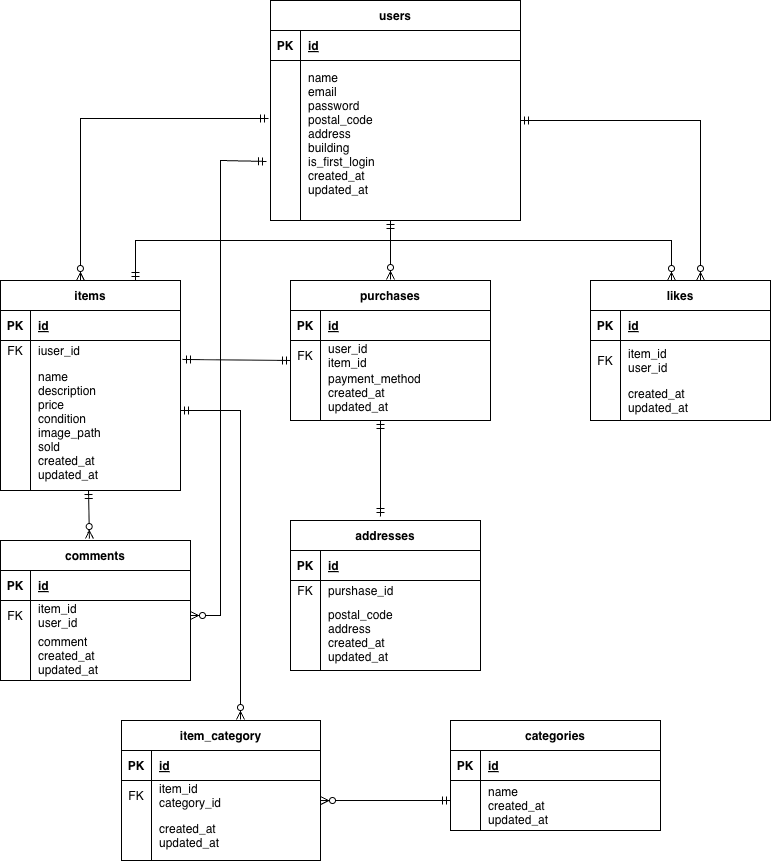
The draw.io diagram images/furima.drawio.png in shiroyama373/furima, before a commit. Source tidied: cells renumbered, new cells last; positions are measured from the earlier drawing's top-left corner, leaving out a move shared by most shapes.
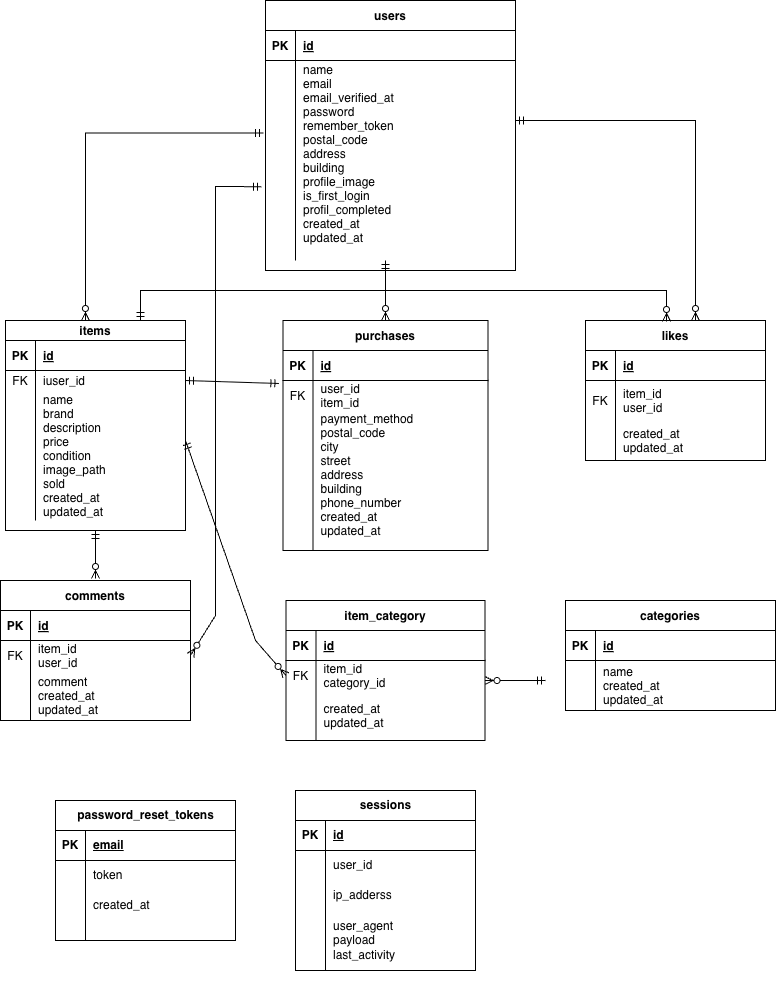
Above is the later version.

The edit, as a diff of the source:
```diff
@@ -4,34 +4,4 @@
     <mxCell id="1" parent="0" />
-    <mxCell id="2" value="addresses" style="shape=table;startSize=30;rowLines=0;fontStyle=1;align=center;" parent="1" vertex="1">
-      <mxGeometry x="290" y="520" width="190" height="150" as="geometry" />
-    </mxCell>
-    <mxCell id="3" style="shape=partialRectangle;fillColor=none;top=0;left=0;right=0;bottom=1;" parent="2" vertex="1">
-      <mxGeometry y="30" width="190" height="30" as="geometry" />
-    </mxCell>
-    <mxCell id="4" value="PK" style="shape=partialRectangle;overflow=hidden;fillColor=none;top=0;left=0;bottom=0;right=0;fontStyle=1;" parent="3" vertex="1">
-      <mxGeometry width="30" height="30" as="geometry" />
-    </mxCell>
-    <mxCell id="5" value="id" style="shape=partialRectangle;overflow=hidden;fillColor=none;top=0;left=0;bottom=0;right=0;align=left;spacingLeft=6;fontStyle=5;" parent="3" vertex="1">
-      <mxGeometry x="30" width="160" height="30" as="geometry" />
-    </mxCell>
-    <mxCell id="6" style="shape=partialRectangle;fillColor=none;top=0;left=0;right=0;bottom=0;" parent="2" vertex="1">
-      <mxGeometry y="60" width="190" height="20" as="geometry" />
-    </mxCell>
-    <mxCell id="7" value="FK" style="shape=partialRectangle;overflow=hidden;fillColor=none;top=0;left=0;bottom=0;right=0;" parent="6" vertex="1">
-      <mxGeometry width="30" height="20" as="geometry" />
-    </mxCell>
-    <mxCell id="8" value="purshase_id" style="shape=partialRectangle;overflow=hidden;fillColor=none;top=0;left=0;bottom=0;right=0;align=left;spacingLeft=6;" parent="6" vertex="1">
-      <mxGeometry x="30" width="160" height="20" as="geometry" />
-    </mxCell>
-    <mxCell id="9" style="shape=partialRectangle;fillColor=none;top=0;left=0;right=0;bottom=0;" parent="2" vertex="1">
-      <mxGeometry y="80" width="190" height="70" as="geometry" />
-    </mxCell>
-    <mxCell id="10" style="shape=partialRectangle;overflow=hidden;fillColor=none;top=0;left=0;bottom=0;right=0;" parent="9" vertex="1">
-      <mxGeometry width="30" height="70" as="geometry" />
-    </mxCell>
-    <mxCell id="11" value="postal_code&#10;address&#10;created_at&#10;updated_at" style="shape=partialRectangle;overflow=hidden;fillColor=none;top=0;left=0;bottom=0;right=0;align=left;spacingLeft=6;" parent="9" vertex="1">
-      <mxGeometry x="30" width="160" height="70" as="geometry" />
-    </mxCell>
     <mxCell id="12" value="users" style="shape=table;startSize=30;rowLines=0;fontStyle=1;align=center;" parent="1" vertex="1">
-      <mxGeometry x="270" width="250" height="220" as="geometry" />
+      <mxGeometry x="270" width="250" height="270" as="geometry" />
     </mxCell>
@@ -47,15 +17,15 @@
     <mxCell id="16" style="shape=partialRectangle;fillColor=none;points=[[0,0.5],[1,0.5]];portConstraint=eastwest;top=0;left=0;right=0;bottom=0;" parent="12" vertex="1">
-      <mxGeometry y="60" width="250" height="160" as="geometry" />
+      <mxGeometry y="60" width="250" height="200" as="geometry" />
     </mxCell>
     <mxCell id="17" style="shape=partialRectangle;overflow=hidden;fillColor=none;top=0;left=0;bottom=0;right=0;" parent="16" vertex="1">
-      <mxGeometry width="30" height="160" as="geometry" />
+      <mxGeometry width="30" height="200" as="geometry" />
     </mxCell>
-    <mxCell id="18" value="name&#10;email&#10;password&#10;postal_code&#10;address&#10;building&#10;is_first_login&#10;created_at&#10;updated_at&#10;" style="shape=partialRectangle;overflow=hidden;fillColor=none;top=0;left=0;bottom=0;right=0;align=left;spacingLeft=6;" parent="16" vertex="1">
-      <mxGeometry x="30" width="220" height="160" as="geometry" />
+    <mxCell id="18" value="name&#10;email&#10;email_verified_at&#10;password&#10;remember_token&#10;postal_code&#10;address&#10;building&#10;profile_image&#10;is_first_login&#10;profil_completed&#10;created_at&#10;updated_at&#10;" style="shape=partialRectangle;overflow=hidden;fillColor=none;top=0;left=0;bottom=0;right=0;align=left;spacingLeft=6;" parent="16" vertex="1">
+      <mxGeometry x="30" width="220" height="200" as="geometry" />
     </mxCell>
     <mxCell id="19" value="purchases" style="shape=table;startSize=30;rowLines=0;fontStyle=1;align=center;" parent="1" vertex="1">
-      <mxGeometry x="290" y="280" width="200" height="140" as="geometry" />
+      <mxGeometry x="287.5" y="320" width="205" height="230" as="geometry" />
     </mxCell>
     <mxCell id="20" style="shape=partialRectangle;fillColor=none;top=0;left=0;right=0;bottom=1;" parent="19" vertex="1">
-      <mxGeometry y="30" width="200" height="30" as="geometry" />
+      <mxGeometry y="30" width="205" height="30" as="geometry" />
     </mxCell>
@@ -65,6 +35,6 @@
     <mxCell id="22" value="id" style="shape=partialRectangle;overflow=hidden;fillColor=none;top=0;left=0;bottom=0;right=0;align=left;spacingLeft=6;fontStyle=5;" parent="20" vertex="1">
-      <mxGeometry x="30" width="170" height="30" as="geometry" />
+      <mxGeometry x="30" width="175" height="30" as="geometry" />
     </mxCell>
     <mxCell id="23" style="shape=partialRectangle;fillColor=none;points=[[0,0.5],[1,0.5]];portConstraint=eastwest;top=0;left=0;right=0;bottom=0;" parent="19" vertex="1">
-      <mxGeometry y="60" width="200" height="30" as="geometry" />
+      <mxGeometry y="60" width="205" height="30" as="geometry" />
     </mxCell>
@@ -74,15 +44,15 @@
     <mxCell id="25" value="user_id&#10;item_id" style="shape=partialRectangle;overflow=hidden;fillColor=none;top=0;left=0;bottom=0;right=0;align=left;spacingLeft=6;" parent="23" vertex="1">
-      <mxGeometry x="30" width="170" height="30" as="geometry" />
+      <mxGeometry x="30" width="175" height="30" as="geometry" />
     </mxCell>
     <mxCell id="26" style="shape=partialRectangle;fillColor=none;top=0;left=0;right=0;bottom=0;" parent="19" vertex="1">
-      <mxGeometry y="90" width="200" height="50" as="geometry" />
+      <mxGeometry y="90" width="205" height="140" as="geometry" />
     </mxCell>
     <mxCell id="27" style="shape=partialRectangle;overflow=hidden;fillColor=none;top=0;left=0;bottom=0;right=0;" parent="26" vertex="1">
-      <mxGeometry width="30" height="50" as="geometry" />
+      <mxGeometry width="30" height="140" as="geometry" />
     </mxCell>
-    <mxCell id="28" value="payment_method&#10;created_at&#10;updated_at&#10;" style="shape=partialRectangle;overflow=hidden;fillColor=none;top=0;left=0;bottom=0;right=0;align=left;spacingLeft=6;" parent="26" vertex="1">
-      <mxGeometry x="30" width="170" height="50" as="geometry" />
+    <mxCell id="28" value="payment_method&#10;postal_code&#10;city&#10;street&#10;address&#10;building&#10;phone_number&#10;created_at&#10;updated_at&#10;" style="shape=partialRectangle;overflow=hidden;fillColor=none;top=0;left=0;bottom=0;right=0;align=left;spacingLeft=6;" parent="26" vertex="1">
+      <mxGeometry x="30" width="175" height="140" as="geometry" />
     </mxCell>
     <mxCell id="29" value="likes" style="shape=table;startSize=30;rowLines=0;fontStyle=1;align=center;" parent="1" vertex="1">
-      <mxGeometry x="590" y="280" width="180" height="140" as="geometry" />
+      <mxGeometry x="590" y="320" width="180" height="140" as="geometry" />
     </mxCell>
@@ -116,3 +86,3 @@
     <mxCell id="39" value="comments" style="shape=table;startSize=30;rowLines=0;fontStyle=1;align=center;" parent="1" vertex="1">
-      <mxGeometry y="540" width="190" height="140" as="geometry" />
+      <mxGeometry x="5" y="580" width="190" height="140" as="geometry" />
     </mxCell>
@@ -146,3 +116,3 @@
     <mxCell id="49" value="item_category" style="shape=table;startSize=30;rowLines=0;fontStyle=1;align=center;" parent="1" vertex="1">
-      <mxGeometry x="121" y="720" width="199" height="140" as="geometry" />
+      <mxGeometry x="290.5" y="600" width="199" height="140" as="geometry" />
     </mxCell>
@@ -176,3 +146,3 @@
     <mxCell id="59" value="categories" style="shape=table;startSize=30;rowLines=0;fontStyle=1;align=center;" parent="1" vertex="1">
-      <mxGeometry x="450" y="720" width="210" height="110" as="geometry" />
+      <mxGeometry x="570" y="600" width="210" height="110" as="geometry" />
     </mxCell>
@@ -196,7 +166,7 @@
     </mxCell>
-    <mxCell id="66" value="items" style="shape=table;startSize=30;rowLines=0;fontStyle=1;align=center;" parent="1" vertex="1">
-      <mxGeometry y="280" width="180" height="210" as="geometry" />
+    <mxCell id="66" value="items" style="shape=table;startSize=20;rowLines=0;fontStyle=1;align=center;" parent="1" vertex="1">
+      <mxGeometry x="10" y="320" width="180" height="210" as="geometry" />
     </mxCell>
     <mxCell id="67" style="shape=partialRectangle;fillColor=none;top=0;left=0;right=0;bottom=1;" parent="66" vertex="1">
-      <mxGeometry y="30" width="180" height="30" as="geometry" />
+      <mxGeometry y="20" width="180" height="30" as="geometry" />
     </mxCell>
@@ -209,3 +179,3 @@
     <mxCell id="70" style="shape=partialRectangle;fillColor=none;points=[[0,0.5],[1,0.5]];portConstraint=eastwest;top=0;left=0;right=0;bottom=0;" parent="66" vertex="1">
-      <mxGeometry y="60" width="180" height="20" as="geometry" />
+      <mxGeometry y="50" width="180" height="20" as="geometry" />
     </mxCell>
@@ -218,3 +188,3 @@
     <mxCell id="73" style="shape=partialRectangle;fillColor=none;points=[[0,0.5],[1,0.5]];portConstraint=eastwest;top=0;left=0;right=0;bottom=0;" parent="66" vertex="1">
-      <mxGeometry y="80" width="180" height="130" as="geometry" />
+      <mxGeometry y="70" width="180" height="130" as="geometry" />
     </mxCell>
@@ -223,8 +193,9 @@
     </mxCell>
-    <mxCell id="75" value="name&#10;description&#10;price&#10;condition&#10;image_path&#10;sold&#10;created_at&#10;updated_at" style="shape=partialRectangle;overflow=hidden;fillColor=none;top=0;left=0;bottom=0;right=0;align=left;spacingLeft=6;" parent="73" vertex="1">
+    <mxCell id="75" value="name&#10;brand&#10;description&#10;price&#10;condition&#10;image_path&#10;sold&#10;created_at&#10;updated_at" style="shape=partialRectangle;overflow=hidden;fillColor=none;top=0;left=0;bottom=0;right=0;align=left;spacingLeft=6;" parent="73" vertex="1">
       <mxGeometry x="30" width="150" height="130" as="geometry" />
     </mxCell>
-    <mxCell id="76" style="fontSize=12;html=1;endArrow=ERzeroToMany;startArrow=ERmandOne;rounded=0;exitX=0.48;exitY=1;exitDx=0;exitDy=0;exitPerimeter=0;" parent="1" edge="1" source="16">
+    <mxCell id="76" style="fontSize=12;html=1;endArrow=ERzeroToMany;startArrow=ERmandOne;rounded=0;" parent="1" edge="1">
       <mxGeometry relative="1" as="geometry">
-        <mxPoint x="390" y="279" as="targetPoint" />
+        <mxPoint x="390" y="260" as="sourcePoint" />
+        <mxPoint x="390" y="320" as="targetPoint" />
         <Array as="points">
@@ -234,6 +205,5 @@
     </mxCell>
-    <mxCell id="77" style="edgeStyle=orthogonalEdgeStyle;fontSize=12;html=1;endArrow=ERzeroToMany;startArrow=ERmandOne;rounded=0;" parent="1" edge="1">
+    <mxCell id="77" style="edgeStyle=orthogonalEdgeStyle;fontSize=12;html=1;endArrow=ERzeroToMany;startArrow=ERmandOne;rounded=0;entryX=0.611;entryY=0;entryDx=0;entryDy=0;entryPerimeter=0;" parent="1" edge="1" target="29">
       <mxGeometry relative="1" as="geometry">
         <mxPoint x="520" y="120" as="sourcePoint" />
-        <mxPoint x="700" y="280" as="targetPoint" />
       </mxGeometry>
@@ -243,8 +213,7 @@
     </mxCell>
-    <mxCell id="79" style="fontSize=12;html=1;endArrow=ERzeroToMany;startArrow=ERmandOne;rounded=0;edgeStyle=orthogonalEdgeStyle;exitX=0.75;exitY=0;exitDx=0;exitDy=0;" parent="1" edge="1" source="66">
+    <mxCell id="79" style="fontSize=12;html=1;endArrow=ERzeroToMany;startArrow=ERmandOne;rounded=0;edgeStyle=orthogonalEdgeStyle;exitX=0.75;exitY=0;exitDx=0;exitDy=0;entryX=0.45;entryY=0.007;entryDx=0;entryDy=0;entryPerimeter=0;" parent="1" edge="1" source="66" target="29">
       <mxGeometry relative="1" as="geometry">
-        <mxPoint x="671" y="280" as="targetPoint" />
         <Array as="points">
-          <mxPoint x="135" y="240" />
-          <mxPoint x="671" y="240" />
+          <mxPoint x="145" y="290" />
+          <mxPoint x="671" y="290" />
         </Array>
@@ -255,3 +224,3 @@
         <Array as="points">
-          <mxPoint x="220" y="160" />
+          <mxPoint x="220" y="186" />
           <mxPoint x="220" y="615" />
@@ -260,17 +229,16 @@
     </mxCell>
-    <mxCell id="81" style="fontSize=12;html=1;endArrow=ERzeroToMany;startArrow=ERmandOne;rounded=0;entryX=0.468;entryY=-0.014;entryDx=0;entryDy=0;exitX=0.489;exitY=1;exitDx=0;exitDy=0;exitPerimeter=0;entryPerimeter=0;" parent="1" edge="1" source="73" target="39">
-      <mxGeometry relative="1" as="geometry" />
+    <mxCell id="81" style="fontSize=12;html=1;endArrow=ERzeroToMany;startArrow=ERmandOne;rounded=0;" parent="1" edge="1">
+      <mxGeometry relative="1" as="geometry">
+        <mxPoint x="100" y="530" as="sourcePoint" />
+        <mxPoint x="100" y="578" as="targetPoint" />
+        <Array as="points">
+          <mxPoint x="100" y="550" />
+        </Array>
+      </mxGeometry>
     </mxCell>
-    <mxCell id="82" style="fontSize=12;html=1;endArrow=ERmandOne;startArrow=ERmandOne;rounded=0;" parent="1" edge="1">
-      <mxGeometry relative="1" as="geometry">
-        <mxPoint x="380" y="516" as="sourcePoint" />
-        <mxPoint x="380" y="420" as="targetPoint" />
-      </mxGeometry>
-    </mxCell>
-    <mxCell id="83" style="fontSize=12;html=1;endArrow=ERzeroToMany;startArrow=ERmandOne;rounded=0;" parent="1" edge="1">
+    <mxCell id="83" style="fontSize=12;html=1;endArrow=ERzeroToMany;startArrow=ERmandOne;rounded=0;entryX=0;entryY=0.5;entryDx=0;entryDy=0;" parent="1" edge="1" target="53">
       <mxGeometry relative="1" as="geometry">
-        <mxPoint x="180" y="410" as="sourcePoint" />
-        <mxPoint x="240" y="719" as="targetPoint" />
+        <mxPoint x="190" y="440" as="sourcePoint" />
         <Array as="points">
-          <mxPoint x="240" y="410" />
+          <mxPoint x="260" y="640" />
         </Array>
@@ -280,10 +248,95 @@
       <mxGeometry relative="1" as="geometry">
-        <mxPoint x="450" y="800" as="sourcePoint" />
+        <mxPoint x="550" y="680" as="sourcePoint" />
       </mxGeometry>
     </mxCell>
-    <mxCell id="85" style="fontSize=12;html=1;endArrow=ERmandOne;startArrow=ERmandOne;rounded=0;exitX=1.011;exitY=-0.008;exitDx=0;exitDy=0;exitPerimeter=0;" parent="1" edge="1" source="73">
-      <mxGeometry relative="1" as="geometry">
-        <mxPoint x="290" y="360" as="targetPoint" />
-      </mxGeometry>
+    <mxCell id="85" style="fontSize=12;html=1;endArrow=ERmandOne;startArrow=ERmandOne;rounded=0;exitX=1;exitY=0.5;exitDx=0;exitDy=0;exitPerimeter=0;entryX=-0.02;entryY=0.1;entryDx=0;entryDy=0;entryPerimeter=0;" parent="1" edge="1" source="70" target="23">
+      <mxGeometry relative="1" as="geometry" />
     </mxCell>
+    <mxCell id="86" value="password_reset_tokens" style="shape=table;startSize=30;rowLines=0;fontStyle=1;align=center;html=1;" parent="1" vertex="1">
+      <mxGeometry x="60" y="800" width="180" height="140" as="geometry" />
+    </mxCell>
+    <mxCell id="87" style="shape=tableRow;horizontal=0;startSize=0;swimlaneHead=0;swimlaneBody=0;fillColor=none;top=0;left=0;right=0;bottom=1;" parent="86" vertex="1">
+      <mxGeometry y="30" width="180" height="30" as="geometry" />
+    </mxCell>
+    <mxCell id="88" value="PK" style="shape=partialRectangle;fillColor=none;top=0;left=0;bottom=0;right=0;fontStyle=1;overflow=hidden;whiteSpace=wrap;html=1;" parent="87" vertex="1">
+      <mxGeometry width="30" height="30" as="geometry" />
+    </mxCell>
+    <mxCell id="89" value="email" style="shape=partialRectangle;fillColor=none;top=0;left=0;bottom=0;right=0;align=left;spacingLeft=6;fontStyle=5;overflow=hidden;whiteSpace=wrap;html=1;" parent="87" vertex="1">
+      <mxGeometry x="30" width="150" height="30" as="geometry" />
+    </mxCell>
+    <mxCell id="90" style="shape=tableRow;horizontal=0;startSize=0;swimlaneHead=0;swimlaneBody=0;fillColor=none;top=0;left=0;right=0;bottom=0;" parent="86" vertex="1">
+      <mxGeometry y="60" width="180" height="30" as="geometry" />
+    </mxCell>
+    <mxCell id="91" style="shape=partialRectangle;fillColor=none;top=0;left=0;bottom=0;right=0;overflow=hidden;whiteSpace=wrap;html=1;" parent="90" vertex="1">
+      <mxGeometry width="30" height="30" as="geometry" />
+    </mxCell>
+    <mxCell id="92" value="token" style="shape=partialRectangle;fillColor=none;top=0;left=0;bottom=0;right=0;align=left;spacingLeft=6;overflow=hidden;whiteSpace=wrap;html=1;" parent="90" vertex="1">
+      <mxGeometry x="30" width="150" height="30" as="geometry" />
+    </mxCell>
+    <mxCell id="93" style="shape=tableRow;horizontal=0;startSize=0;swimlaneHead=0;swimlaneBody=0;fillColor=none;top=0;left=0;right=0;bottom=0;" parent="86" vertex="1">
+      <mxGeometry y="90" width="180" height="30" as="geometry" />
+    </mxCell>
+    <mxCell id="94" style="shape=partialRectangle;fillColor=none;top=0;left=0;bottom=0;right=0;overflow=hidden;whiteSpace=wrap;html=1;" parent="93" vertex="1">
+      <mxGeometry width="30" height="30" as="geometry" />
+    </mxCell>
+    <mxCell id="95" value="created_at" style="shape=partialRectangle;fillColor=none;top=0;left=0;bottom=0;right=0;align=left;spacingLeft=6;overflow=hidden;whiteSpace=wrap;html=1;" parent="93" vertex="1">
+      <mxGeometry x="30" width="150" height="30" as="geometry" />
+    </mxCell>
+    <mxCell id="96" style="shape=tableRow;horizontal=0;startSize=0;swimlaneHead=0;swimlaneBody=0;fillColor=none;top=0;left=0;right=0;bottom=0;" parent="86" vertex="1">
+      <mxGeometry y="120" width="180" height="20" as="geometry" />
+    </mxCell>
+    <mxCell id="97" style="shape=partialRectangle;fillColor=none;top=0;left=0;bottom=0;right=0;overflow=hidden;whiteSpace=wrap;html=1;" parent="96" vertex="1">
+      <mxGeometry width="30" height="20" as="geometry" />
+    </mxCell>
+    <mxCell id="98" style="shape=partialRectangle;fillColor=none;top=0;left=0;bottom=0;right=0;align=left;spacingLeft=6;overflow=hidden;whiteSpace=wrap;html=1;" parent="96" vertex="1">
+      <mxGeometry x="30" width="150" height="20" as="geometry" />
+    </mxCell>
+    <mxCell id="99" value="sessions" style="shape=table;startSize=30;rowLines=0;fontStyle=1;align=center;html=1;" parent="1" vertex="1">
+      <mxGeometry x="300" y="790" width="180" height="180" as="geometry" />
+    </mxCell>
+    <mxCell id="100" style="shape=tableRow;horizontal=0;startSize=0;swimlaneHead=0;swimlaneBody=0;fillColor=none;top=0;left=0;right=0;bottom=1;" parent="99" vertex="1">
+      <mxGeometry y="30" width="180" height="30" as="geometry" />
+    </mxCell>
+    <mxCell id="101" value="PK" style="shape=partialRectangle;fillColor=none;top=0;left=0;bottom=0;right=0;fontStyle=1;overflow=hidden;whiteSpace=wrap;html=1;" parent="100" vertex="1">
+      <mxGeometry width="30" height="30" as="geometry" />
+    </mxCell>
+    <mxCell id="5" value="id" style="shape=partialRectangle;fillColor=none;top=0;left=0;bottom=0;right=0;align=left;spacingLeft=6;fontStyle=5;overflow=hidden;whiteSpace=wrap;html=1;" parent="100" vertex="1">
+      <mxGeometry x="30" width="150" height="30" as="geometry" />
+    </mxCell>
+    <mxCell id="102" style="shape=tableRow;horizontal=0;startSize=0;swimlaneHead=0;swimlaneBody=0;fillColor=none;top=0;left=0;right=0;bottom=0;" parent="99" vertex="1">
+      <mxGeometry y="60" width="180" height="30" as="geometry" />
+    </mxCell>
+    <mxCell id="103" style="shape=partialRectangle;fillColor=none;top=0;left=0;bottom=0;right=0;overflow=hidden;whiteSpace=wrap;html=1;" parent="102" vertex="1">
+      <mxGeometry width="30" height="30" as="geometry" />
+    </mxCell>
+    <mxCell id="104" value="user_id" style="shape=partialRectangle;fillColor=none;top=0;left=0;bottom=0;right=0;align=left;spacingLeft=6;overflow=hidden;whiteSpace=wrap;html=1;" parent="102" vertex="1">
+      <mxGeometry x="30" width="150" height="30" as="geometry" />
+    </mxCell>
+    <mxCell id="105" style="shape=tableRow;horizontal=0;startSize=0;swimlaneHead=0;swimlaneBody=0;fillColor=none;top=0;left=0;right=0;bottom=0;" parent="99" vertex="1">
+      <mxGeometry y="90" width="180" height="30" as="geometry" />
+    </mxCell>
+    <mxCell id="106" style="shape=partialRectangle;fillColor=none;top=0;left=0;bottom=0;right=0;overflow=hidden;whiteSpace=wrap;html=1;" parent="105" vertex="1">
+      <mxGeometry width="30" height="30" as="geometry" />
+    </mxCell>
+    <mxCell id="107" value="ip_adderss" style="shape=partialRectangle;fillColor=none;top=0;left=0;bottom=0;right=0;align=left;spacingLeft=6;overflow=hidden;whiteSpace=wrap;html=1;" parent="105" vertex="1">
+      <mxGeometry x="30" width="150" height="30" as="geometry" />
+    </mxCell>
+    <mxCell id="108" style="shape=tableRow;horizontal=0;startSize=0;swimlaneHead=0;swimlaneBody=0;fillColor=none;top=0;left=0;right=0;bottom=0;" parent="99" vertex="1">
+      <mxGeometry y="120" width="180" height="60" as="geometry" />
+    </mxCell>
+    <mxCell id="109" style="shape=partialRectangle;fillColor=none;top=0;left=0;bottom=0;right=0;overflow=hidden;whiteSpace=wrap;html=1;" parent="108" vertex="1">
+      <mxGeometry width="30" height="60" as="geometry" />
+    </mxCell>
+    <mxCell id="110" value="user_agent&lt;div&gt;payload&lt;/div&gt;&lt;div&gt;last_activity&lt;/div&gt;" style="shape=partialRectangle;fillColor=none;top=0;left=0;bottom=0;right=0;align=left;spacingLeft=6;overflow=hidden;whiteSpace=wrap;html=1;" parent="108" vertex="1">
+      <mxGeometry x="30" width="150" height="60" as="geometry" />
+    </mxCell>
+    <mxCell id="111" style="shape=tableRow;horizontal=0;startSize=0;swimlaneHead=0;swimlaneBody=0;fillColor=none;top=0;left=0;right=0;bottom=0;" parent="1" vertex="1">
+      <mxGeometry x="380" y="950" width="180" height="30" as="geometry" />
+    </mxCell>
+    <mxCell id="112" style="shape=partialRectangle;fillColor=none;top=0;left=0;bottom=0;right=0;overflow=hidden;whiteSpace=wrap;html=1;" parent="111" vertex="1">
+      <mxGeometry width="30" height="30" as="geometry" />
+    </mxCell>
+    <mxCell id="113" value="&lt;div&gt;&lt;br&gt;&lt;/div&gt;&lt;div&gt;&lt;br&gt;&lt;/div&gt;" style="shape=partialRectangle;fillColor=none;top=0;left=0;bottom=0;right=0;align=left;spacingLeft=6;overflow=hidden;whiteSpace=wrap;html=1;" parent="1" vertex="1">
+      <mxGeometry x="610" y="930" width="150" height="30" as="geometry" />
+    </mxCell>
   </root>
```
